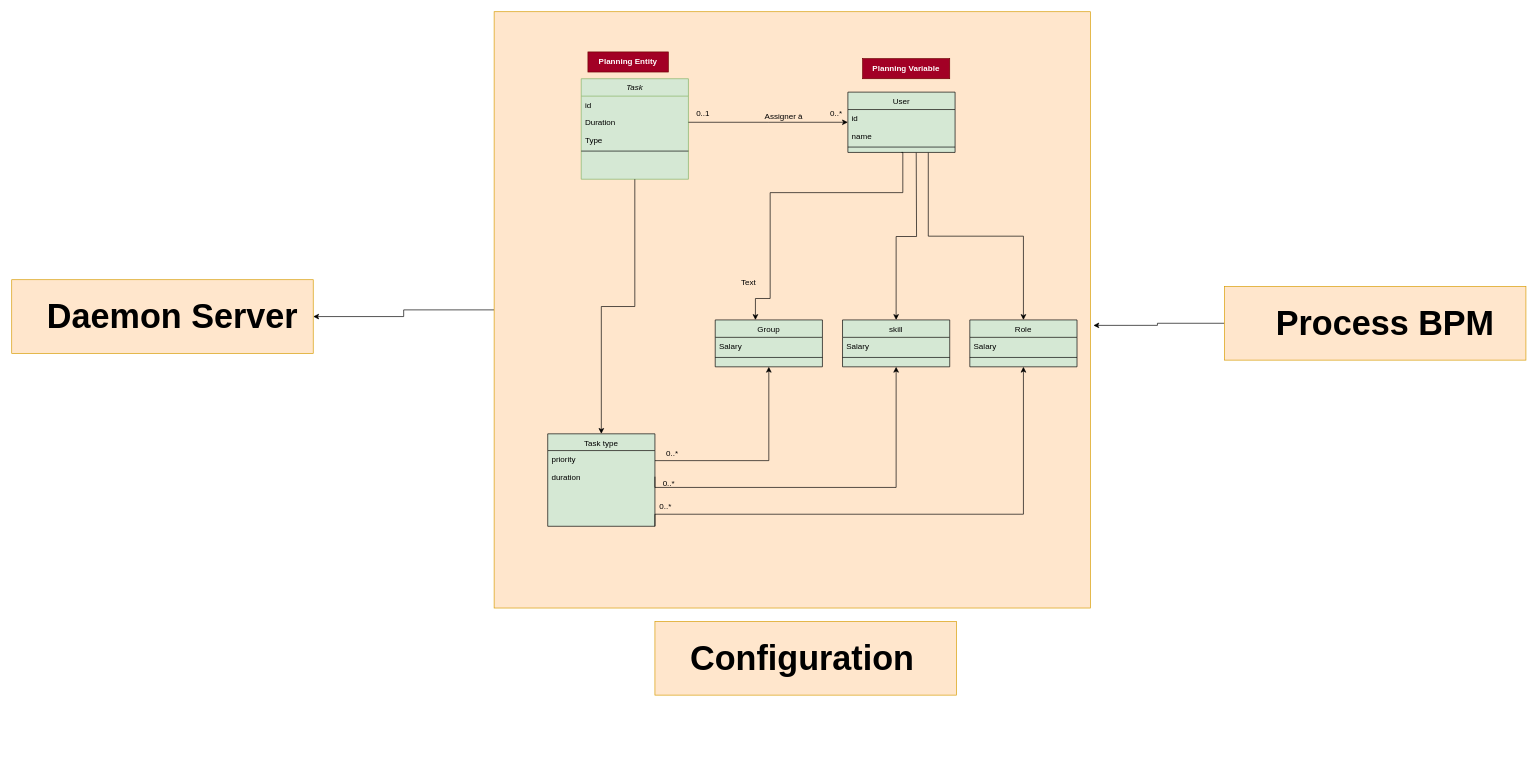
The draw.io diagram Untitled Diagram.drawio in abdillahens/ads, before the edit. Source tidied: cells renumbered, new cells numbered last; positions are measured from the earlier drawing's top-left corner, leaving out a move shared by most shapes. Both pictures are drawn from the tidied source at 67%, with x=0, y=0 at pixel (11, 11).
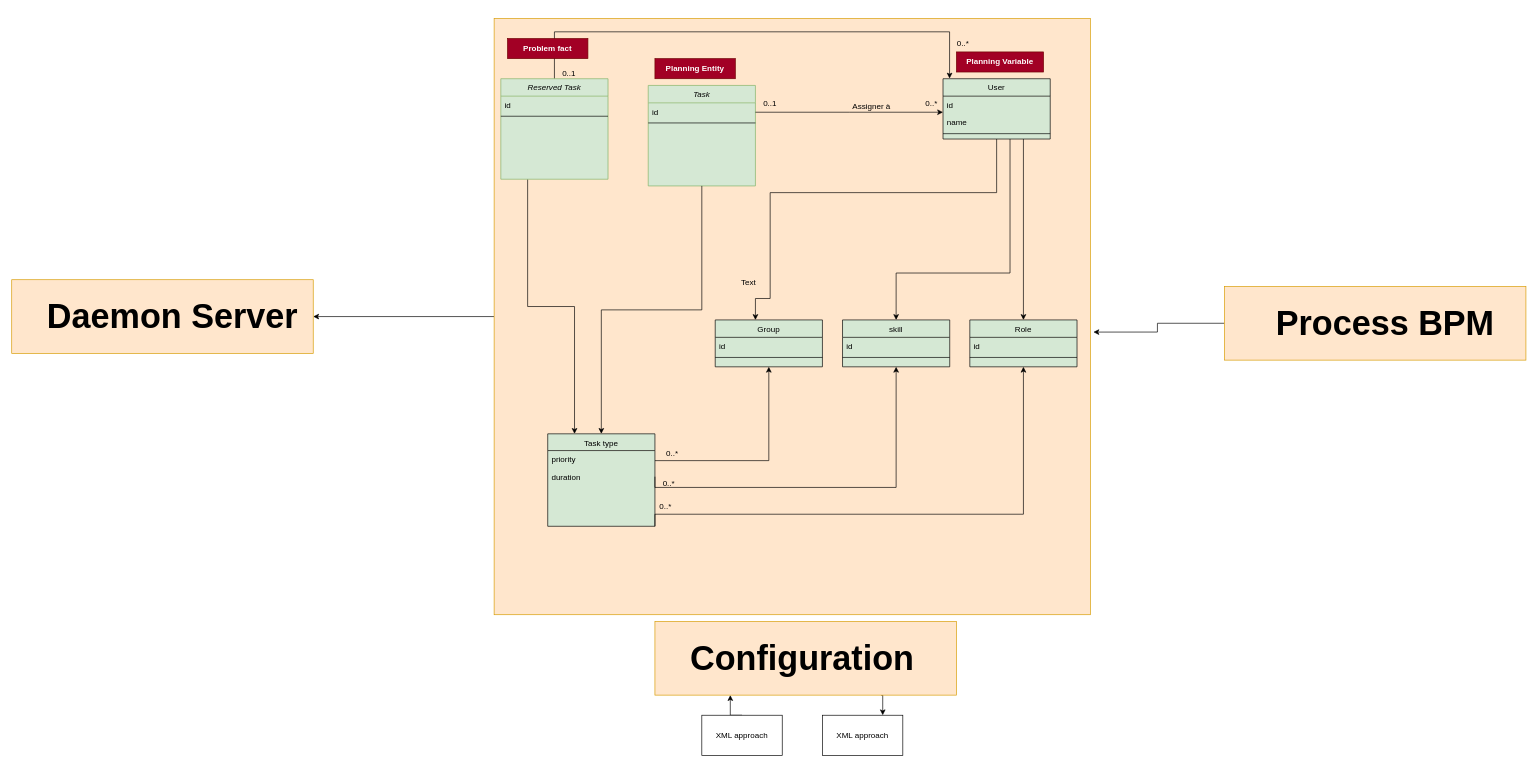
The same diagram, later.

Unchanged cells that the change refers to:
```xml
<mxCell id="12" value="Task type" style="swimlane;fontStyle=0;align=center;verticalAlign=top;horizontal=1;startSize=25;rounded=0;shadow=0;strokeWidth=1;fillColor=#D5E8D4;swimlaneFillColor=#D5E8D4;" parent="1" vertex="1">
  <mxGeometry x="800" y="630" width="160" height="138" as="geometry" />
</mxCell>
<mxCell id="17" value="skill" style="swimlane;fontStyle=0;align=center;verticalAlign=top;horizontal=1;startSize=26;rounded=0;shadow=0;strokeWidth=1;fillColor=#D5E8D4;swimlaneFillColor=#D5E8D4;" parent="1" vertex="1">
  <mxGeometry x="1240" y="460" width="160" height="70" as="geometry" />
</mxCell>
<mxCell id="29" value="Group" style="swimlane;fontStyle=0;align=center;verticalAlign=top;horizontal=1;startSize=26;rounded=0;shadow=0;strokeWidth=1;fillColor=#D5E8D4;swimlaneFillColor=#D5E8D4;" parent="1" vertex="1">
  <mxGeometry x="1050" y="460" width="160" height="70" as="geometry" />
</mxCell>
<mxCell id="33" value="Role" style="swimlane;fontStyle=0;align=center;verticalAlign=top;horizontal=1;startSize=26;rounded=0;shadow=0;strokeWidth=1;fillColor=#D5E8D4;swimlaneFillColor=#D5E8D4;" parent="1" vertex="1">
  <mxGeometry x="1430" y="460" width="160" height="70" as="geometry" />
</mxCell>
<mxCell id="47" style="rounded=0;whiteSpace=wrap;html=1;fillColor=#ffe6cc;strokeColor=#d79b00;" parent="1" vertex="1">
  <mxGeometry x="960" y="910" width="450" height="110" as="geometry" />
</mxCell>
```

Diff of the diagram source:
```diff
@@
     <mxCell id="4" style="whiteSpace=wrap;html=1;fillColor=#ffe6cc;strokeColor=#d79b00;" parent="1" vertex="1">
-      <mxGeometry x="720" width="890" height="890" as="geometry" />
+      <mxGeometry x="720" y="10" width="890" height="890" as="geometry" />
     </mxCell>
     <mxCell id="5" value="Task" style="swimlane;fontStyle=2;align=center;verticalAlign=top;horizontal=1;startSize=26;rounded=0;shadow=0;strokeWidth=1;fillColor=#d5e8d4;strokeColor=#82b366;glass=0;swimlaneFillColor=#D5E8D4;gradientColor=none;" parent="1" vertex="1">
-      <mxGeometry x="850" y="100" width="160" height="150" as="geometry" />
+      <mxGeometry x="950" y="110" width="160" height="150" as="geometry" />
     </mxCell>
@@
-    <mxCell id="7" value="Duration" style="text;align=left;verticalAlign=top;spacingLeft=4;spacingRight=4;overflow=hidden;rounded=0;shadow=0;html=0;" parent="5" vertex="1">
-      <mxGeometry y="52" width="160" height="26" as="geometry" />
-    </mxCell>
-    <mxCell id="8" value="Type" style="text;align=left;verticalAlign=top;spacingLeft=4;spacingRight=4;overflow=hidden;rounded=0;shadow=0;html=0;" parent="5" vertex="1">
-      <mxGeometry y="78" width="160" height="26" as="geometry" />
-    </mxCell>
     <mxCell id="9" style="line;html=1;strokeWidth=1;align=left;verticalAlign=middle;spacingTop=-1;spacingLeft=3;spacingRight=3;labelPosition=right;" parent="5" vertex="1">
-      <mxGeometry y="104" width="160" height="8" as="geometry" />
+      <mxGeometry y="52" width="160" height="8" as="geometry" />
     </mxCell>
@@
     <mxCell id="15" style="edgeStyle=orthogonalEdgeStyle;rounded=0;jettySize=auto;html=1;strokeColor=default;endArrow=none;endFill=0;startArrow=classic;startFill=1;" parent="1" edge="1" source="17">
       <mxGeometry relative="1" as="geometry">
-        <mxPoint x="1350" y="210" as="targetPoint" />
+        <mxPoint x="1490" y="190" as="targetPoint" />
+        <Array as="points">
+          <mxPoint x="1320" y="390" />
+          <mxPoint x="1490" y="390" />
+        </Array>
       </mxGeometry>
     </mxCell>
@@
-    <mxCell id="18" value="Salary" style="text;align=left;verticalAlign=top;spacingLeft=4;spacingRight=4;overflow=hidden;" parent="17" vertex="1">
+    <mxCell id="18" value="id" style="text;align=left;verticalAlign=top;spacingLeft=4;spacingRight=4;overflow=hidden;" parent="17" vertex="1">
       <mxGeometry y="26" width="160" height="26" as="geometry" />
     </mxCell>
@@
     <mxCell id="21" value="User" style="swimlane;fontStyle=0;align=center;verticalAlign=top;horizontal=1;startSize=26;rounded=0;shadow=0;strokeWidth=1;swimlaneFillColor=#D5E8D4;fillColor=#D5E8D4;" parent="1" vertex="1">
-      <mxGeometry x="1248" y="120" width="160" height="90" as="geometry" />
+      <mxGeometry x="1390" y="100" width="160" height="90" as="geometry" />
     </mxCell>
@@
-    <mxCell id="30" value="Salary" style="text;align=left;verticalAlign=top;spacingLeft=4;spacingRight=4;overflow=hidden;" parent="29" vertex="1">
+    <mxCell id="30" value="id" style="text;align=left;verticalAlign=top;spacingLeft=4;spacingRight=4;overflow=hidden;" parent="29" vertex="1">
       <mxGeometry y="26" width="160" height="26" as="geometry" />
     </mxCell>
@@
-    <mxCell id="34" value="Salary" style="text;align=left;verticalAlign=top;spacingLeft=4;spacingRight=4;overflow=hidden;" parent="33" vertex="1">
+    <mxCell id="34" value="id" style="text;align=left;verticalAlign=top;spacingLeft=4;spacingRight=4;overflow=hidden;" parent="33" vertex="1">
       <mxGeometry y="26" width="160" height="26" as="geometry" />
     </mxCell>
@@
     <mxCell id="36" style="edgeStyle=orthogonalEdgeStyle;rounded=0;jettySize=auto;html=1;entryX=0.375;entryY=0;entryDx=0;entryDy=0;entryPerimeter=0;exitX=0.5;exitY=1;exitDx=0;exitDy=0;endArrow=classic;endFill=1;" parent="1" edge="1" source="21" target="29">
       <mxGeometry relative="1" as="geometry">
         <Array as="points">
-          <mxPoint x="1330" y="210" />
-          <mxPoint x="1330" y="270" />
+          <mxPoint x="1470" y="270" />
           <mxPoint x="1132" y="270" />
           <mxPoint x="1132" y="428" />
           <mxPoint x="1110" y="428" />
         </Array>
       </mxGeometry>
     </mxCell>
@@
     <mxCell id="38" value="Planning Entity" style="text;html=1;align=center;verticalAlign=middle;whiteSpace=wrap;rounded=0;fillStyle=solid;fillColor=#a20025;strokeColor=#6F0000;fontStyle=1;fontColor=#ffffff;" parent="1" vertex="1">
-      <mxGeometry x="860" y="60" width="120" height="30" as="geometry" />
+      <mxGeometry x="960" y="70" width="120" height="30" as="geometry" />
     </mxCell>
     <mxCell id="39" value="Planning Variable" style="text;html=1;align=center;verticalAlign=middle;whiteSpace=wrap;rounded=0;fillStyle=solid;fillColor=#a20025;strokeColor=#6F0000;fontStyle=1;fontColor=#ffffff;" parent="1" vertex="1">
-      <mxGeometry x="1270" y="70" width="130" height="30" as="geometry" />
+      <mxGeometry x="1410" y="60" width="130" height="30" as="geometry" />
     </mxCell>
@@
+    <mxCell id="49" style="edgeStyle=orthogonalEdgeStyle;rounded=0;jettySize=auto;html=1;exitX=0.75;exitY=1;exitDx=0;exitDy=0;entryX=0.75;entryY=0;entryDx=0;entryDy=0;" parent="1" edge="1" source="47" target="60">
+      <mxGeometry relative="1" as="geometry" />
+    </mxCell>
@@
+    <mxCell id="50" style="edgeStyle=orthogonalEdgeStyle;rounded=0;jettySize=auto;html=1;exitX=0.25;exitY=1;exitDx=0;exitDy=0;entryX=0.25;entryY=0;entryDx=0;entryDy=0;" parent="1" edge="1" source="52" target="12">
+      <mxGeometry relative="1" as="geometry" />
+    </mxCell>
+    <mxCell id="51" style="edgeStyle=orthogonalEdgeStyle;rounded=0;jettySize=auto;html=1;entryX=0.061;entryY=-0.003;entryDx=0;entryDy=0;entryPerimeter=0;" parent="1" edge="1" source="52" target="21">
+      <mxGeometry relative="1" as="geometry">
+        <Array as="points">
+          <mxPoint x="810" y="30" />
+          <mxPoint x="1400" y="30" />
+        </Array>
+      </mxGeometry>
+    </mxCell>
+    <mxCell id="52" value="Reserved Task" style="swimlane;fontStyle=2;align=center;verticalAlign=top;horizontal=1;startSize=26;rounded=0;shadow=0;strokeWidth=1;fillColor=#d5e8d4;strokeColor=#82b366;glass=0;swimlaneFillColor=#D5E8D4;gradientColor=none;" parent="1" vertex="1">
+      <mxGeometry x="730" y="100" width="160" height="150" as="geometry" />
+    </mxCell>
+    <mxCell id="53" value="id" style="text;align=left;verticalAlign=top;spacingLeft=4;spacingRight=4;overflow=hidden;" parent="52" vertex="1">
+      <mxGeometry y="26" width="160" height="26" as="geometry" />
+    </mxCell>
+    <mxCell id="54" style="line;html=1;strokeWidth=1;align=left;verticalAlign=middle;spacingTop=-1;spacingLeft=3;spacingRight=3;labelPosition=right;" parent="52" vertex="1">
+      <mxGeometry y="52" width="160" height="8" as="geometry" />
+    </mxCell>
+    <mxCell id="55" value="Problem fact" style="text;html=1;align=center;verticalAlign=middle;whiteSpace=wrap;rounded=0;fillStyle=solid;fillColor=#a20025;strokeColor=#6F0000;fontStyle=1;fontColor=#ffffff;" parent="1" vertex="1">
+      <mxGeometry x="740" y="40" width="120" height="30" as="geometry" />
+    </mxCell>
+    <mxCell id="56" value="0..1" style="align=left;verticalAlign=bottom;labelBackgroundColor=none;fontSize=12;" parent="1" vertex="1">
+      <mxGeometry x="820" y="100" as="geometry" />
+    </mxCell>
+    <mxCell id="57" value="0..*" style="align=right;verticalAlign=bottom;labelBackgroundColor=none;fontSize=12;" parent="1" vertex="1">
+      <mxGeometry x="1430" y="55" as="geometry" />
+    </mxCell>
+    <mxCell id="58" style="edgeStyle=orthogonalEdgeStyle;rounded=0;jettySize=auto;html=1;exitX=0.5;exitY=0;exitDx=0;exitDy=0;entryX=0.25;entryY=1;entryDx=0;entryDy=0;" parent="1" edge="1" source="59" target="47">
+      <mxGeometry relative="1" as="geometry" />
+    </mxCell>
+    <mxCell id="59" value="XML approach" style="rounded=0;whiteSpace=wrap;html=1;" parent="1" vertex="1">
+      <mxGeometry x="1030" y="1050" width="120" height="60" as="geometry" />
+    </mxCell>
+    <mxCell id="60" value="XML approach" style="rounded=0;whiteSpace=wrap;html=1;" parent="1" vertex="1">
+      <mxGeometry x="1210" y="1050" width="120" height="60" as="geometry" />
+    </mxCell>
```
